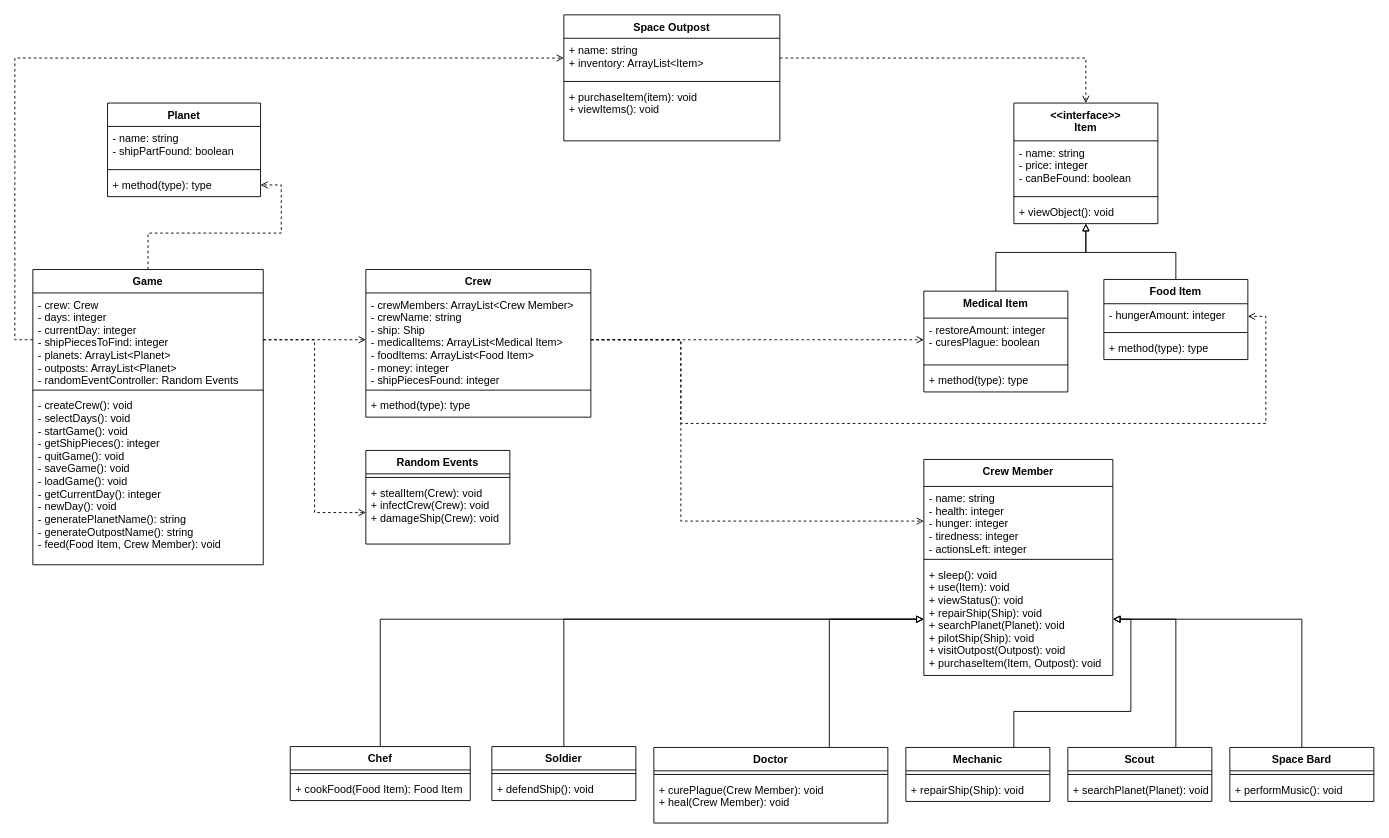
Before: UML/Class Diagram.drawio in SaahilNZ/SENG201-Space-Explorer, a draw.io diagram. Source tidied: cells renumbered, new cells numbered last; positions are measured from the earlier drawing's top-left corner, leaving out a move shared by most shapes. Both pictures are drawn from the tidied source at 90%, with x=0, y=0 at pixel (32, 14).
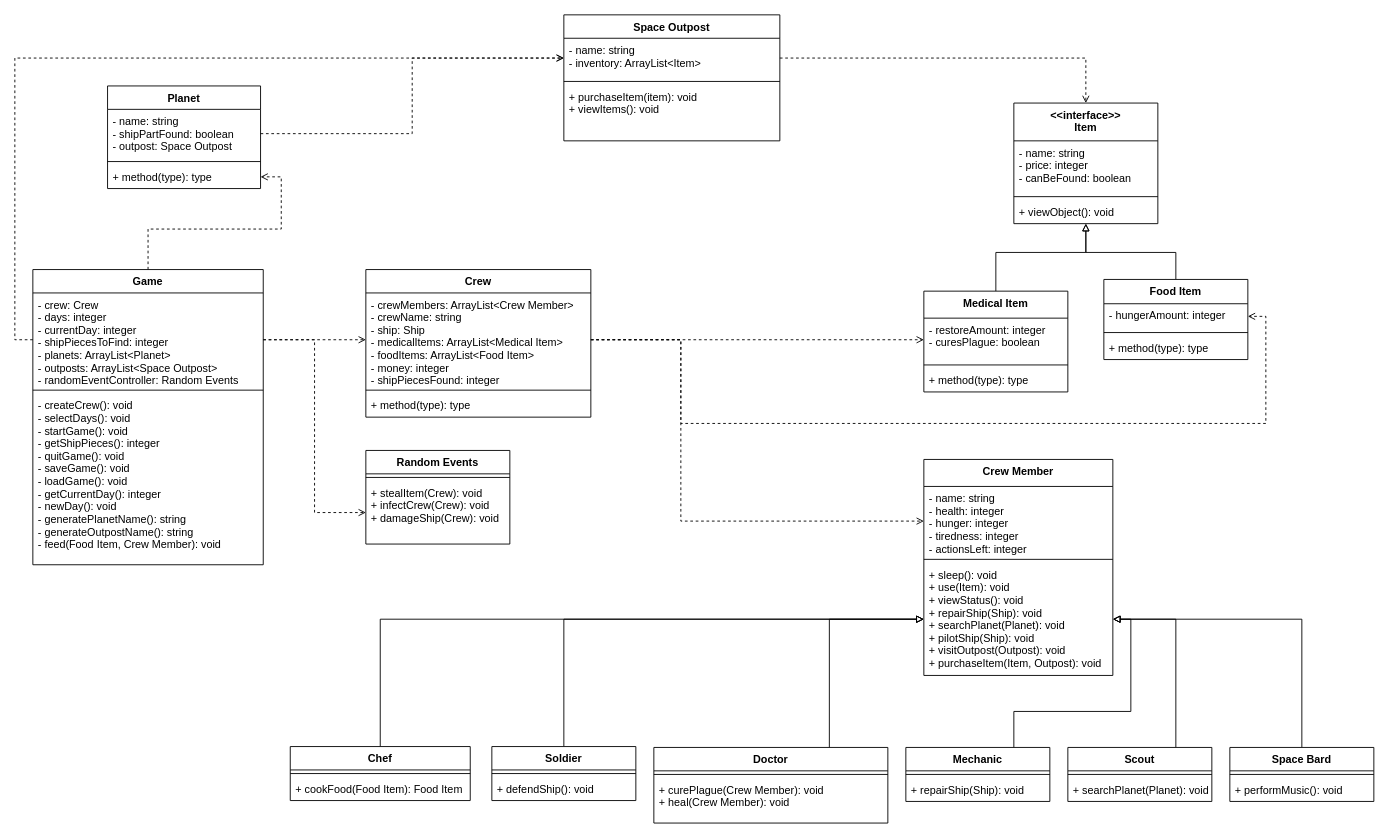
The same diagram, later.

Commit message:
Update Planet and Space Outpost classes in UML

The change refers to these unchanged cells:
```xml
<mxCell id="32" value="Game" style="swimlane;fontStyle=1;align=center;verticalAlign=top;horizontal=1;startSize=26;" parent="1" vertex="1">
  <mxGeometry y="283" width="256" height="328" as="geometry" />
</mxCell>
<mxCell id="37" value="Space Outpost" style="swimlane;fontStyle=1;align=center;verticalAlign=top;horizontal=1;startSize=26;" parent="1" vertex="1">
  <mxGeometry x="590" width="240" height="140" as="geometry" />
</mxCell>
```

Change to the diagram source:
```diff
@@
     <mxCell id="27" value="Planet" style="swimlane;fontStyle=1;align=center;verticalAlign=top;horizontal=1;startSize=26;" parent="1" vertex="1">
-      <mxGeometry x="83" y="98" width="170" height="104" as="geometry" />
+      <mxGeometry x="83" y="79" width="170" height="114" as="geometry" />
     </mxCell>
-    <mxCell id="28" value="- name: string&#10;- shipPartFound: boolean&#10;" style="text;strokeColor=none;fillColor=none;align=left;verticalAlign=top;spacingLeft=4;spacingRight=4;overflow=hidden;points=[[0,0.5],[1,0.5]];portConstraint=eastwest;" parent="27" vertex="1">
-      <mxGeometry y="26" width="170" height="44" as="geometry" />
+    <mxCell id="28" value="- name: string&#10;- shipPartFound: boolean&#10;- outpost: Space Outpost" style="text;strokeColor=none;fillColor=none;align=left;verticalAlign=top;spacingLeft=4;spacingRight=4;overflow=hidden;points=[[0,0.5],[1,0.5]];portConstraint=eastwest;" parent="27" vertex="1">
+      <mxGeometry y="26" width="170" height="54" as="geometry" />
     </mxCell>
     <mxCell id="29" style="line;strokeWidth=1;fillColor=none;align=left;verticalAlign=middle;spacingTop=-1;spacingLeft=3;spacingRight=3;labelPosition=right;" parent="27" vertex="1">
-      <mxGeometry y="70" width="170" height="8" as="geometry" />
+      <mxGeometry y="80" width="170" height="8" as="geometry" />
     </mxCell>
     <mxCell id="30" value="+ method(type): type" style="text;strokeColor=none;fillColor=none;align=left;verticalAlign=top;spacingLeft=4;spacingRight=4;overflow=hidden;points=[[0,0.5],[1,0.5]];portConstraint=eastwest;" parent="27" vertex="1">
-      <mxGeometry y="78" width="170" height="26" as="geometry" />
+      <mxGeometry y="88" width="170" height="26" as="geometry" />
     </mxCell>
@@
-    <mxCell id="33" value="- crew: Crew&#10;- days: integer&#10;- currentDay: integer&#10;- shipPiecesToFind: integer&#10;- planets: ArrayList&lt;Planet&gt;&#10;- outposts: ArrayList&lt;Planet&gt;&#10;- randomEventController: Random Events" style="text;strokeColor=none;fillColor=none;align=left;verticalAlign=top;spacingLeft=4;spacingRight=4;overflow=hidden;points=[[0,0.5],[1,0.5]];portConstraint=eastwest;" parent="32" vertex="1">
+    <mxCell id="33" value="- crew: Crew&#10;- days: integer&#10;- currentDay: integer&#10;- shipPiecesToFind: integer&#10;- planets: ArrayList&lt;Planet&gt;&#10;- outposts: ArrayList&lt;Space Outpost&gt;&#10;- randomEventController: Random Events" style="text;strokeColor=none;fillColor=none;align=left;verticalAlign=top;spacingLeft=4;spacingRight=4;overflow=hidden;points=[[0,0.5],[1,0.5]];portConstraint=eastwest;" parent="32" vertex="1">
       <mxGeometry y="26" width="256" height="104" as="geometry" />
     </mxCell>
@@
-    <mxCell id="38" value="+ name: string&#10;+ inventory: ArrayList&lt;Item&gt;" style="text;strokeColor=none;fillColor=none;align=left;verticalAlign=top;spacingLeft=4;spacingRight=4;overflow=hidden;points=[[0,0.5],[1,0.5]];portConstraint=eastwest;" parent="37" vertex="1">
+    <mxCell id="38" value="- name: string&#10;- inventory: ArrayList&lt;Item&gt;&#10;" style="text;strokeColor=none;fillColor=none;align=left;verticalAlign=top;spacingLeft=4;spacingRight=4;overflow=hidden;points=[[0,0.5],[1,0.5]];portConstraint=eastwest;" parent="37" vertex="1">
       <mxGeometry y="26" width="240" height="44" as="geometry" />
     </mxCell>
@@
+    <mxCell id="71" style="edgeStyle=orthogonalEdgeStyle;rounded=0;jettySize=auto;html=1;exitX=1;exitY=0.5;exitDx=0;exitDy=0;entryX=0;entryY=0.5;entryDx=0;entryDy=0;endArrow=open;endFill=0;dashed=1;" parent="1" edge="1" source="28" target="38">
+      <mxGeometry relative="1" as="geometry" />
+    </mxCell>
```
